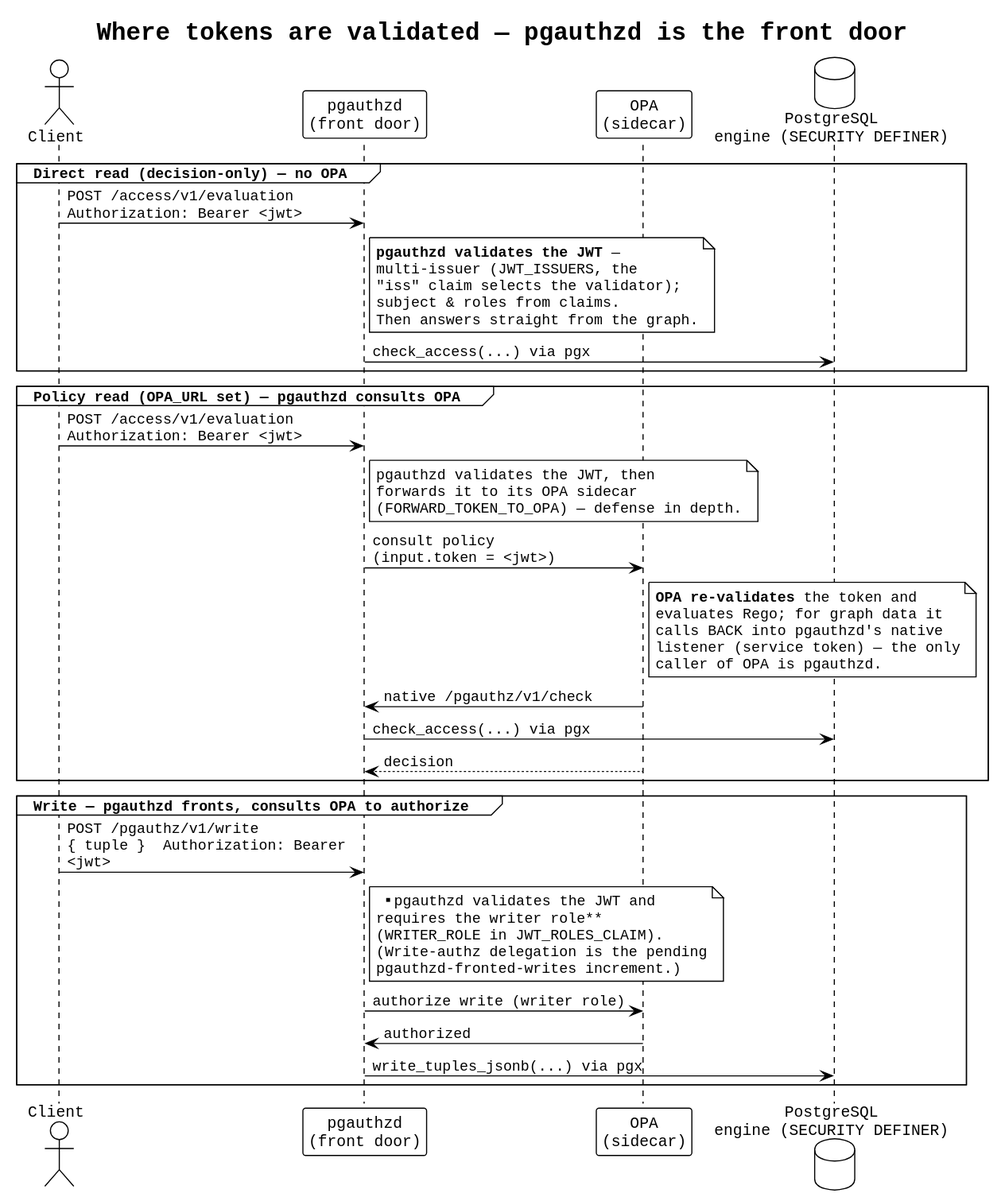
The PlantUML diagram docs/architecture-token-flow.svg in thomasdarimont/pgauthz, before a commit.
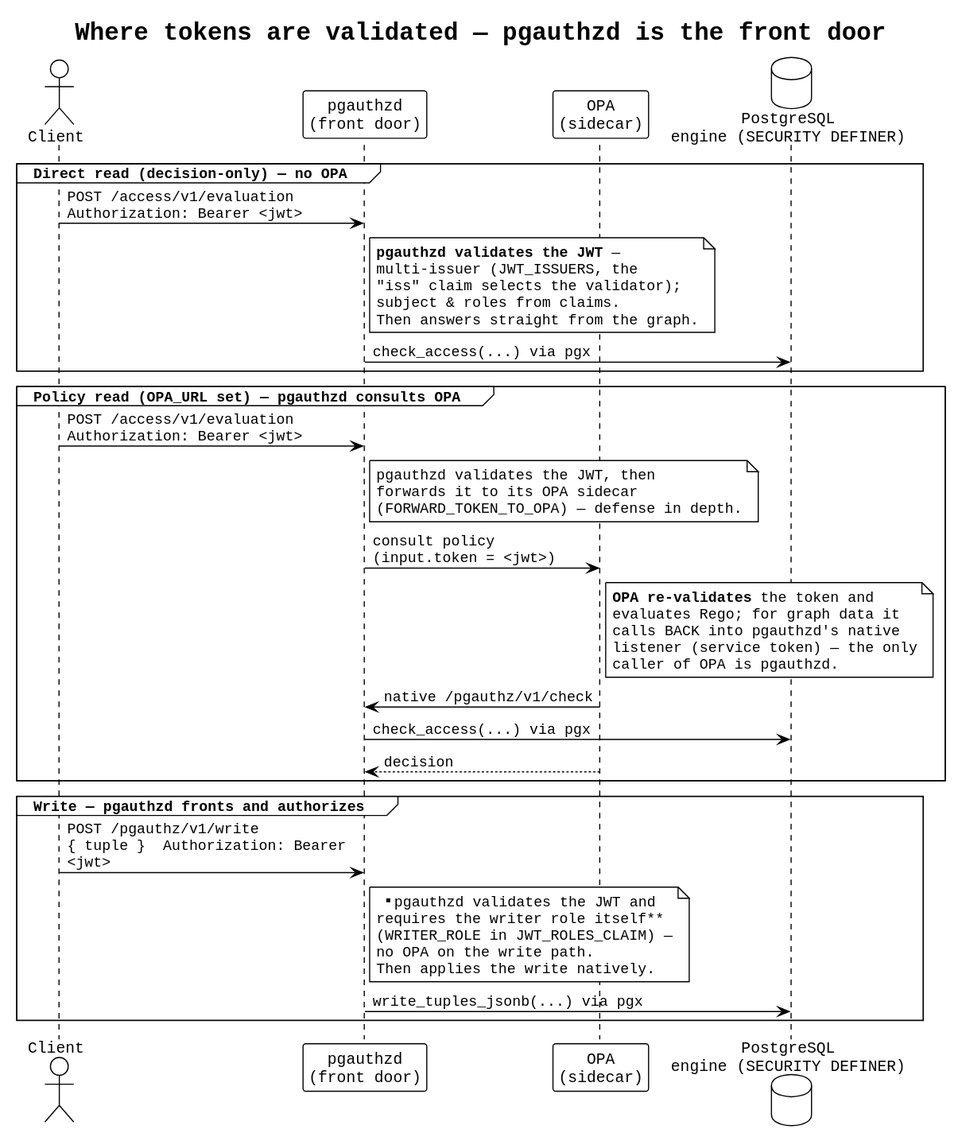
The same diagram one commit later.

The edit, as a diff of the source:
```diff
@@ -44,17 +44,15 @@
   opa --> pgd : decision
 end
 
-group Write — pgauthzd fronts, consults OPA to authorize
+group Write — pgauthzd fronts and authorizes
   app -> pgd : POST /pgauthz/v1/write\n{ tuple }  Authorization: Bearer <jwt>
   note right of pgd
     **pgauthzd validates the JWT and
-    requires the writer role**
-    (WRITER_ROLE in JWT_ROLES_CLAIM).
-    (Write-authz delegation is the pending
-    pgauthzd-fronted-writes increment.)
+    requires the writer role itself**
+    (WRITER_ROLE in JWT_ROLES_CLAIM) —
+    no OPA on the write path.
+    Then applies the write natively.
   end note
-  pgd -> opa : authorize write (writer role)
-  opa -> pgd : authorized
   pgd -> pg : write_tuples_jsonb(...) via pgx
 end
 @enduml
```
